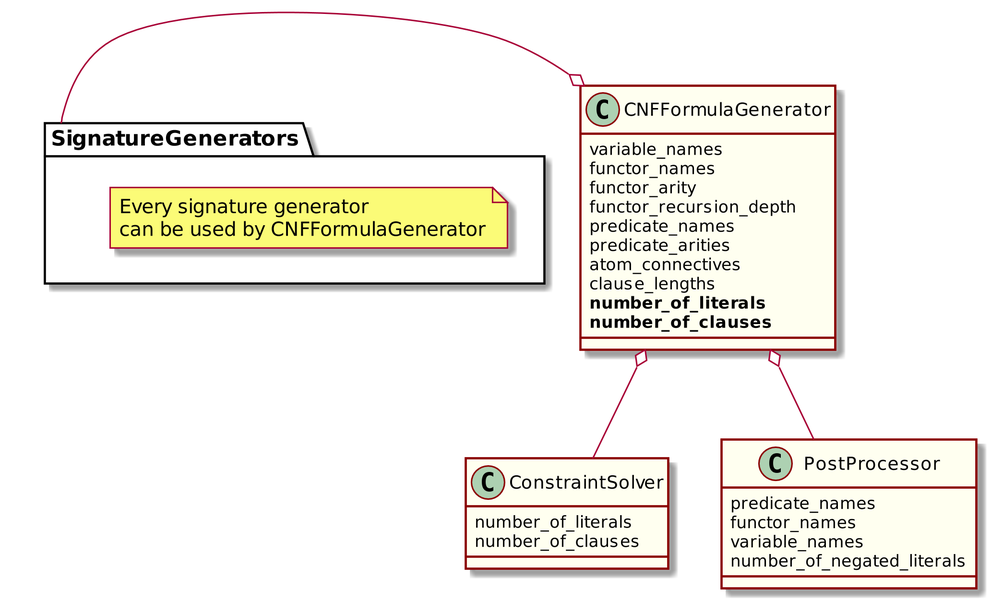
Earlier version of the PlantUML export logic-formula-generator/cnf_formula_generator.png (Mateusz-Grzelinski/set-research-documentation). Source of this version:
```plantuml
@startuml
skinparam dpi 300

skinparam class {
  backgroundColor Ivory
  borderColor DarkRed
}

package SignatureGenerators {
  note "Every signature generator \ncan be used by CNFFormulaGenerator" as N
 }

SignatureGenerators -o CNFFormulaGenerator
CNFFormulaGenerator o-- ConstraintSolver
CNFFormulaGenerator o-- PostProcessor

class CNFFormulaGenerator {
  variable_names
  functor_names
  functor_arity
  functor_recursion_depth
  predicate_names
  predicate_arities
  atom_connectives
  clause_lengths
  **number_of_literals**
  **number_of_clauses**
}

class ConstraintSolver {
  number_of_literals
  number_of_clauses
}

class PostProcessor {
  predicate_names
  functor_names
  variable_names
  number_of_negated_literals
}

@enduml
```
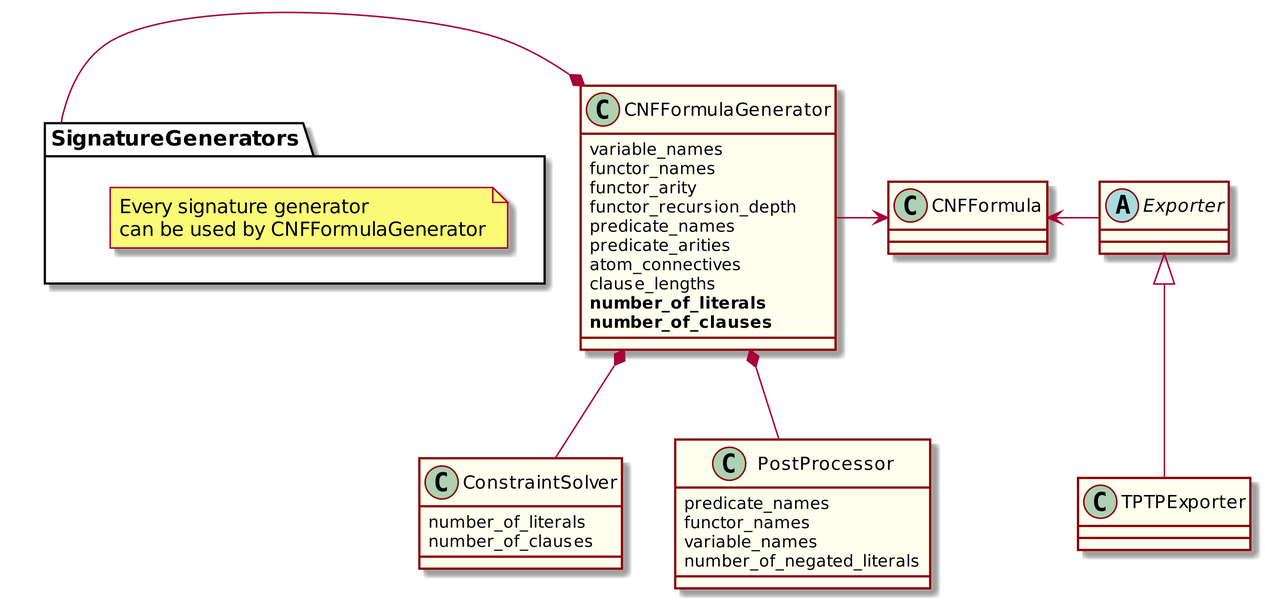
Above is the later version.

What changed in the source:
```diff
@@ -10,9 +10,12 @@
   note "Every signature generator \ncan be used by CNFFormulaGenerator" as N
  }
 
-SignatureGenerators -o CNFFormulaGenerator
-CNFFormulaGenerator o-- ConstraintSolver
-CNFFormulaGenerator o-- PostProcessor
+SignatureGenerators -* CNFFormulaGenerator
+CNFFormulaGenerator *-- ConstraintSolver
+CNFFormulaGenerator *-- PostProcessor
+CNFFormulaGenerator -> CNFFormula
+CNFFormula <- Exporter
+Exporter <|-- TPTPExporter
 
 class CNFFormulaGenerator {
   variable_names
@@ -39,4 +42,7 @@
   number_of_negated_literals
 }
 
+abstract class Exporter {
+}
+
 @enduml
```
